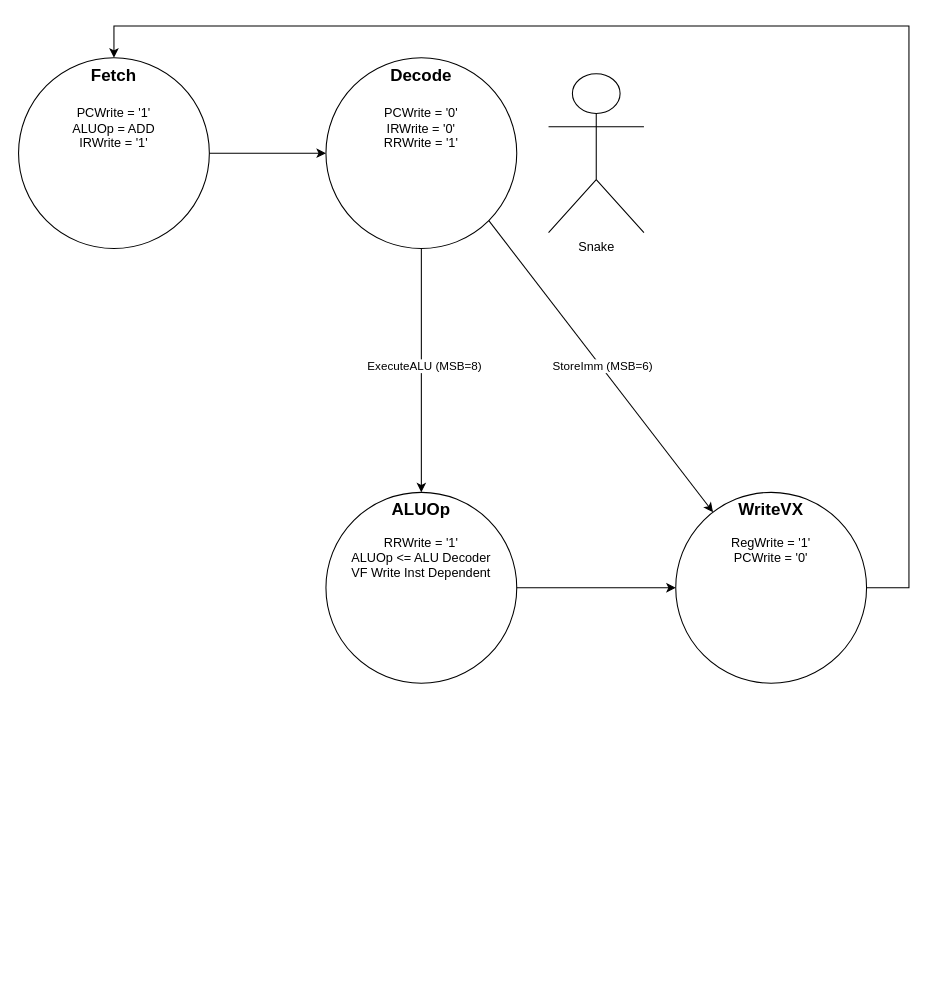
Above: docs/InstructionDecoder_StateMachine.drawio in Rutele/VChip8 (draw.io), before the change. Source tidied: cells renumbered, new cells numbered last; positions are measured from the earlier drawing's top-left corner, leaving out a move shared by most shapes. Both pictures are drawn from the tidied source at 106%, with x=0, y=0 at pixel (18, 25).
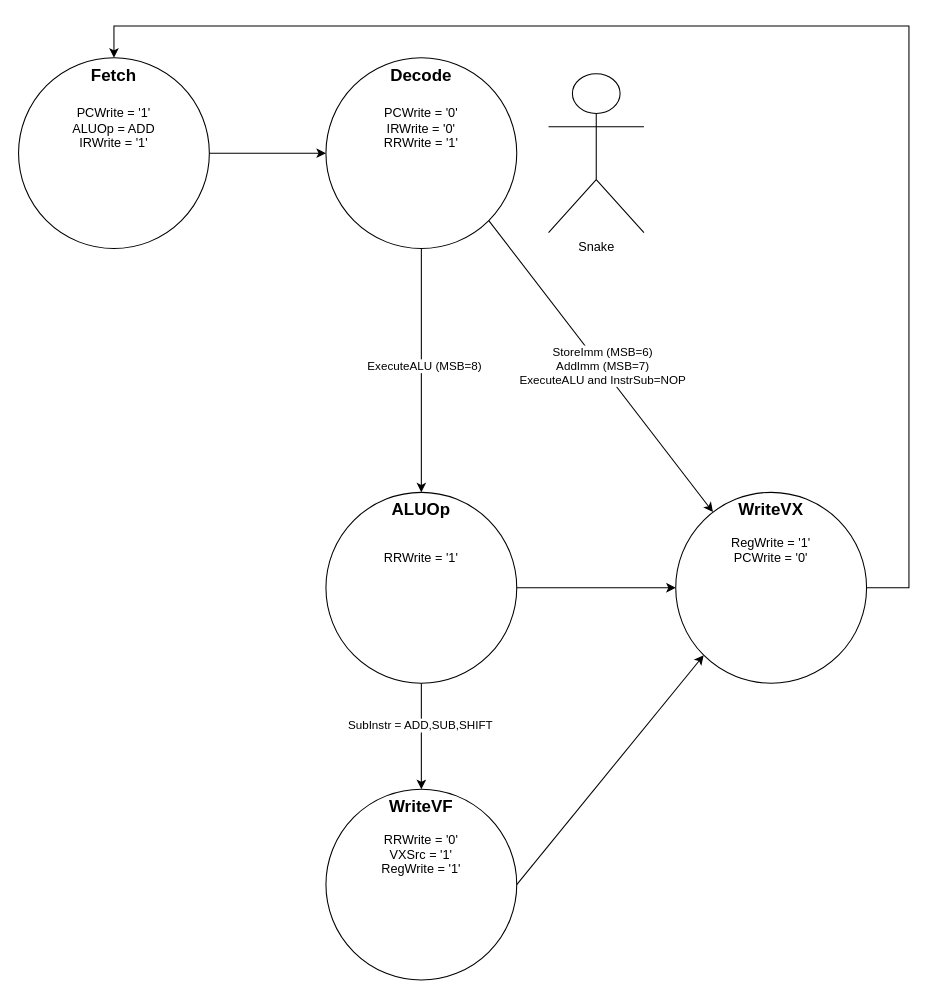
The same diagram, later.

Commit message (it also covers changes not shown here):
Added ALU decoder. Added ALU instructions, store and add imm

Unchanged cells that the change refers to:
```xml
<mxCell id="3" value="&lt;div&gt;&lt;span style=&quot;font-size: 16px;&quot;&gt;&lt;b&gt;Decode&lt;/b&gt;&lt;/span&gt;&lt;/div&gt;&lt;div&gt;&lt;span style=&quot;font-size: 16px;&quot;&gt;&lt;b&gt;&lt;br&gt;&lt;/b&gt;&lt;/span&gt;&lt;div&gt;&lt;div&gt;PCWrite = '0'&lt;/div&gt;&lt;/div&gt;&lt;/div&gt;&lt;div&gt;IRWrite = '0'&lt;/div&gt;&lt;div&gt;RRWrite = '1'&lt;/div&gt;&lt;div&gt;&lt;br&gt;&lt;/div&gt;" style="ellipse;whiteSpace=wrap;html=1;verticalAlign=top;" parent="1" vertex="1">
  <mxGeometry x="290" y="30" width="180" height="180" as="geometry" />
</mxCell>
<mxCell id="5" value="&lt;div&gt;&lt;span style=&quot;font-size: 16px;&quot;&gt;&lt;b&gt;WriteVX&lt;/b&gt;&lt;/span&gt;&lt;/div&gt;&lt;div&gt;&lt;br&gt;&lt;/div&gt;&lt;div&gt;RegWrite = '1'&lt;/div&gt;&lt;div&gt;PCWrite = '0'&lt;/div&gt;&lt;div&gt;&lt;br&gt;&lt;/div&gt;&lt;div&gt;&lt;br&gt;&lt;/div&gt;" style="ellipse;whiteSpace=wrap;html=1;verticalAlign=top;" parent="1" vertex="1">
  <mxGeometry x="620" y="440" width="180" height="180" as="geometry" />
</mxCell>
```

Diff of the diagram source:
```diff
@@
-    <mxCell id="6" style="endArrow=classic;html=1;rounded=0;exitX=1;exitY=1;exitDx=0;exitDy=0;" parent="1" edge="1" source="3" target="5">
-      <mxGeometry relative="1" as="geometry" />
+    <mxCell id="6" style="endArrow=classic;html=1;rounded=0;exitX=1;exitY=1;exitDx=0;exitDy=0;" parent="1" edge="1">
+      <mxGeometry relative="1" as="geometry">
+        <mxPoint x="443.6" y="183.6" as="sourcePoint" />
+        <mxPoint x="655.1" y="458.6" as="targetPoint" />
+      </mxGeometry>
     </mxCell>
-    <mxCell id="7" value="StoreImm (MSB=6)" style="edgeLabel;html=1;align=center;verticalAlign=middle;" parent="6" vertex="1">
+    <mxCell id="7" value="StoreImm (MSB=6)&lt;div&gt;AddImm (MSB=7)&lt;/div&gt;&lt;div&gt;ExecuteALU and InstrSub=NOP&lt;/div&gt;" style="edgeLabel;html=1;align=center;verticalAlign=middle;" parent="6" vertex="1">
       <mxGeometry x="0.02" y="-1" relative="1" as="geometry">
         <mxPoint y="-4" as="offset" />
       </mxGeometry>
     </mxCell>
@@
-    <mxCell id="9" value="&lt;div&gt;&lt;span style=&quot;font-size: 16px;&quot;&gt;&lt;b&gt;ALUOp&lt;/b&gt;&lt;/span&gt;&lt;/div&gt;&lt;div&gt;&lt;br&gt;&lt;/div&gt;&lt;div&gt;RRWrite = '1'&lt;/div&gt;&lt;div&gt;ALUOp &amp;lt;= ALU Decoder&lt;/div&gt;&lt;div&gt;VF Write Inst Dependent&lt;/div&gt;&lt;div&gt;&lt;br&gt;&lt;/div&gt;&lt;div&gt;&lt;br&gt;&lt;/div&gt;&lt;div&gt;&lt;br&gt;&lt;/div&gt;&lt;div&gt;&lt;br&gt;&lt;/div&gt;" style="ellipse;whiteSpace=wrap;html=1;verticalAlign=top;" parent="1" vertex="1">
+    <mxCell id="9" value="&lt;div&gt;&lt;span style=&quot;font-size: 16px;&quot;&gt;&lt;b&gt;ALUOp&lt;/b&gt;&lt;/span&gt;&lt;/div&gt;&lt;div&gt;&lt;br&gt;&lt;/div&gt;&lt;div&gt;&lt;br&gt;&lt;/div&gt;&lt;div&gt;RRWrite = '1'&lt;/div&gt;&lt;div&gt;&lt;br&gt;&lt;/div&gt;&lt;div&gt;&lt;br&gt;&lt;/div&gt;&lt;div&gt;&lt;br&gt;&lt;/div&gt;&lt;div&gt;&lt;br&gt;&lt;/div&gt;&lt;div&gt;&lt;br&gt;&lt;/div&gt;" style="ellipse;whiteSpace=wrap;html=1;verticalAlign=top;" parent="1" vertex="1">
       <mxGeometry x="290" y="440" width="180" height="180" as="geometry" />
     </mxCell>
@@
+    <mxCell id="14" value="&lt;div&gt;&lt;span style=&quot;font-size: 16px;&quot;&gt;&lt;b&gt;WriteVF&lt;/b&gt;&lt;/span&gt;&lt;/div&gt;&lt;div&gt;&lt;br&gt;&lt;/div&gt;&lt;div&gt;RRWrite = '0'&lt;/div&gt;&lt;div&gt;VXSrc = '1'&lt;/div&gt;&lt;div&gt;RegWrite = '1'&lt;/div&gt;&lt;div&gt;&lt;br&gt;&lt;/div&gt;&lt;div&gt;&lt;br&gt;&lt;/div&gt;&lt;div&gt;&lt;br&gt;&lt;/div&gt;" style="ellipse;whiteSpace=wrap;html=1;verticalAlign=top;" parent="1" vertex="1">
+      <mxGeometry x="290" y="720" width="180" height="180" as="geometry" />
+    </mxCell>
+    <mxCell id="15" style="endArrow=classic;html=1;rounded=0;exitX=0.5;exitY=1;exitDx=0;exitDy=0;entryX=0.5;entryY=0;entryDx=0;entryDy=0;" parent="1" edge="1" source="9" target="14">
+      <mxGeometry relative="1" as="geometry" />
+    </mxCell>
+    <mxCell id="16" value="SubInstr = ADD,SUB,SHIFT" style="edgeLabel;html=1;align=center;verticalAlign=middle;" parent="15" vertex="1">
+      <mxGeometry x="-0.23" y="-2" relative="1" as="geometry" />
+    </mxCell>
+    <mxCell id="17" style="endArrow=classic;html=1;rounded=0;exitX=1;exitY=0.5;exitDx=0;exitDy=0;entryX=0;entryY=1;entryDx=0;entryDy=0;" parent="1" edge="1" source="14" target="5">
+      <mxGeometry relative="1" as="geometry" />
+    </mxCell>
```
